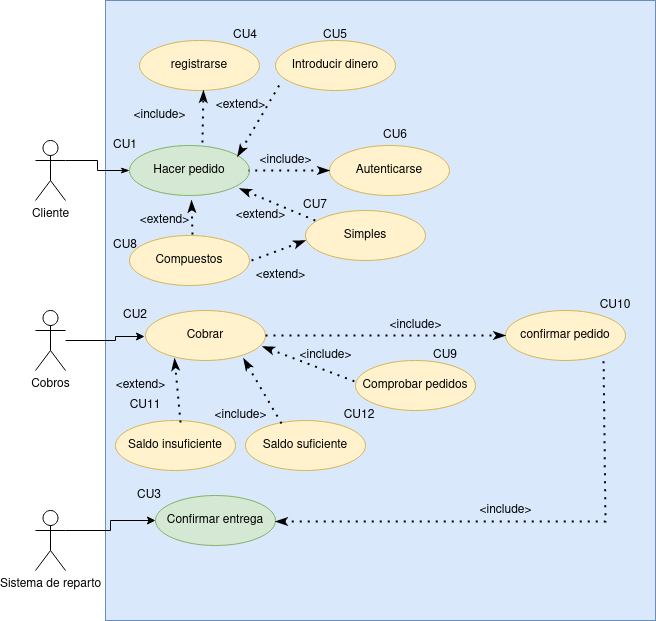
The draw.io diagram Tarea: Tienda virtual/img/tienda.png in marlonfrz/ETS, before a commit. Source tidied: cells renumbered, new cells last; positions are measured from the earlier drawing's top-left corner, leaving out a move shared by most shapes.
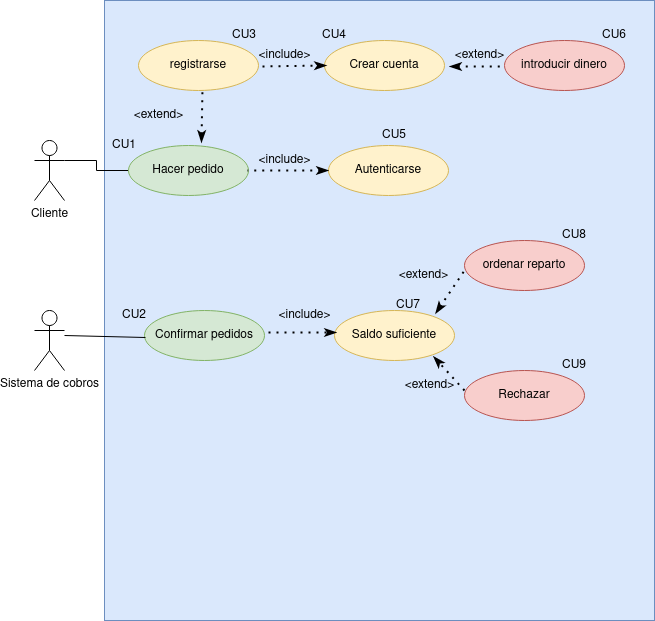
Later version of the same file.

Commit message:
Tarea corregida

Diff of the diagram source:
```diff
@@ -5,7 +5,7 @@
     <mxCell id="2" style="rounded=0;whiteSpace=wrap;html=1;fillColor=#dae8fc;strokeColor=#6c8ebf;" parent="1" vertex="1">
       <mxGeometry x="70" width="550" height="620" as="geometry" />
     </mxCell>
-    <mxCell id="3" style="edgeStyle=orthogonalEdgeStyle;rounded=0;jettySize=auto;html=1;exitX=1;exitY=0.3333333333333333;exitDx=0;exitDy=0;exitPerimeter=0;entryX=0;entryY=0.5;entryDx=0;entryDy=0;startArrow=none;startFill=0;endArrow=classicThin;endFill=1;" parent="1" edge="1" source="4" target="5">
+    <mxCell id="3" style="edgeStyle=orthogonalEdgeStyle;rounded=0;jettySize=auto;html=1;exitX=1;exitY=0.3333333333333333;exitDx=0;exitDy=0;exitPerimeter=0;entryX=0;entryY=0.5;entryDx=0;entryDy=0;startArrow=none;startFill=0;endArrow=none;endFill=0;" parent="1" edge="1" source="4" target="5">
       <mxGeometry relative="1" as="geometry" />
     </mxCell>
     <mxCell id="4" value="Cliente" style="shape=umlActor;verticalLabelPosition=bottom;verticalAlign=top;html=1;outlineConnect=0;" parent="1" vertex="1">
@@ -14,161 +14,108 @@
     <mxCell id="5" value="Hacer pedido" style="ellipse;whiteSpace=wrap;html=1;fillColor=#d5e8d4;strokeColor=#82b366;" parent="1" vertex="1">
       <mxGeometry x="94" y="145" width="120" height="50" as="geometry" />
     </mxCell>
-    <mxCell id="6" value="confirmar pedido" style="ellipse;whiteSpace=wrap;html=1;fillColor=#fff2cc;strokeColor=#d6b656;" parent="1" vertex="1">
-      <mxGeometry x="470" y="310" width="120" height="50" as="geometry" />
+    <mxCell id="6" value="Rechazar" style="ellipse;whiteSpace=wrap;html=1;fillColor=#f8cecc;strokeColor=#b85450;" parent="1" vertex="1">
+      <mxGeometry x="430" y="370" width="120" height="50" as="geometry" />
     </mxCell>
-    <mxCell id="7" value="Cobrar" style="ellipse;whiteSpace=wrap;html=1;fillColor=#fff2cc;strokeColor=#d6b656;" parent="1" vertex="1">
+    <mxCell id="7" value="Confirmar pedidos" style="ellipse;whiteSpace=wrap;html=1;fillColor=#d5e8d4;strokeColor=#82b366;" parent="1" vertex="1">
       <mxGeometry x="110" y="310" width="120" height="50" as="geometry" />
     </mxCell>
-    <mxCell id="8" value="Comprobar pedidos" style="ellipse;whiteSpace=wrap;html=1;fillColor=#fff2cc;strokeColor=#d6b656;" parent="1" vertex="1">
-      <mxGeometry x="320" y="360" width="120" height="50" as="geometry" />
+    <mxCell id="8" value="Saldo suficiente" style="ellipse;whiteSpace=wrap;html=1;fillColor=#fff2cc;strokeColor=#d6b656;" parent="1" vertex="1">
+      <mxGeometry x="300" y="310" width="120" height="50" as="geometry" />
     </mxCell>
     <mxCell id="9" value="registrarse" style="ellipse;whiteSpace=wrap;html=1;fillColor=#fff2cc;strokeColor=#d6b656;" parent="1" vertex="1">
       <mxGeometry x="104" y="40" width="120" height="50" as="geometry" />
     </mxCell>
-    <mxCell id="10" value="Introducir dinero" style="ellipse;whiteSpace=wrap;html=1;fillColor=#fff2cc;strokeColor=#d6b656;" parent="1" vertex="1">
-      <mxGeometry x="240" y="40" width="120" height="50" as="geometry" />
+    <mxCell id="10" value="Crear cuenta" style="ellipse;whiteSpace=wrap;html=1;fillColor=#fff2cc;strokeColor=#d6b656;" parent="1" vertex="1">
+      <mxGeometry x="290" y="40" width="120" height="50" as="geometry" />
     </mxCell>
     <mxCell id="11" value="Autenticarse" style="ellipse;whiteSpace=wrap;html=1;fillColor=#fff2cc;strokeColor=#d6b656;" parent="1" vertex="1">
       <mxGeometry x="294" y="145" width="120" height="50" as="geometry" />
     </mxCell>
-    <mxCell id="12" style="edgeStyle=orthogonalEdgeStyle;rounded=0;jettySize=auto;html=1;startArrow=none;startFill=0;entryX=-0.008;entryY=0.52;entryDx=0;entryDy=0;entryPerimeter=0;" parent="1" edge="1" source="13" target="7">
-      <mxGeometry relative="1" as="geometry">
-        <Array as="points">
-          <mxPoint x="80" y="340" />
-          <mxPoint x="80" y="336" />
-        </Array>
-      </mxGeometry>
-    </mxCell>
-    <mxCell id="13" value="Cobros" style="shape=umlActor;verticalLabelPosition=bottom;verticalAlign=top;html=1;outlineConnect=0;" parent="1" vertex="1">
+    <mxCell id="13" value="Sistema de cobros" style="shape=umlActor;verticalLabelPosition=bottom;verticalAlign=top;html=1;outlineConnect=0;" parent="1" vertex="1">
       <mxGeometry y="310" width="30" height="60" as="geometry" />
     </mxCell>
-    <mxCell id="14" style="endArrow=classicThin;dashed=1;html=1;dashPattern=1 3;strokeWidth=2;rounded=0;exitX=1;exitY=0.5;exitDx=0;exitDy=0;entryX=0;entryY=0.5;entryDx=0;entryDy=0;endFill=1;" parent="1" edge="1" source="7" target="6">
-      <mxGeometry relative="1" as="geometry" />
-    </mxCell>
-    <mxCell id="15" value="&amp;lt;include&amp;gt;" style="text;html=1;align=center;verticalAlign=middle;strokeColor=none;fillColor=none;" parent="1" vertex="1">
-      <mxGeometry x="84" y="100" width="80" height="30" as="geometry" />
+    <mxCell id="15" value="&amp;lt;extend&amp;gt;" style="text;html=1;align=center;verticalAlign=middle;strokeColor=none;fillColor=none;" parent="1" vertex="1">
+      <mxGeometry x="89" y="100" width="70" height="30" as="geometry" />
     </mxCell>
     <mxCell id="16" value="&amp;lt;include&amp;gt;" style="text;html=1;align=center;verticalAlign=middle;strokeColor=none;fillColor=none;" parent="1" vertex="1">
       <mxGeometry x="210" y="145" width="80" height="30" as="geometry" />
     </mxCell>
-    <mxCell id="17" value="&amp;lt;extend&amp;gt;" style="text;html=1;align=center;verticalAlign=middle;strokeColor=none;fillColor=none;" parent="1" vertex="1">
-      <mxGeometry x="170" y="90" width="70" height="30" as="geometry" />
-    </mxCell>
-    <mxCell id="18" style="edgeStyle=orthogonalEdgeStyle;rounded=0;jettySize=auto;html=1;exitX=1;exitY=0.3333333333333333;exitDx=0;exitDy=0;exitPerimeter=0;entryX=0;entryY=0.5;entryDx=0;entryDy=0;" parent="1" edge="1" source="19" target="20">
-      <mxGeometry relative="1" as="geometry" />
-    </mxCell>
-    <mxCell id="19" value="Sistema de reparto" style="shape=umlActor;verticalLabelPosition=bottom;verticalAlign=top;html=1;outlineConnect=0;" parent="1" vertex="1">
-      <mxGeometry y="510" width="30" height="60" as="geometry" />
-    </mxCell>
-    <mxCell id="20" value="Confirmar entrega" style="ellipse;whiteSpace=wrap;html=1;fillColor=#d5e8d4;strokeColor=#82b366;" parent="1" vertex="1">
-      <mxGeometry x="120" y="495" width="120" height="50" as="geometry" />
-    </mxCell>
     <mxCell id="21" value="&amp;lt;include&amp;gt;" style="text;html=1;align=center;verticalAlign=middle;strokeColor=none;fillColor=none;" parent="1" vertex="1">
-      <mxGeometry x="250" y="340" width="80" height="30" as="geometry" />
+      <mxGeometry x="230" y="300" width="80" height="30" as="geometry" />
     </mxCell>
     <mxCell id="22" value="&amp;lt;include&amp;gt;" style="text;html=1;align=center;verticalAlign=middle;strokeColor=none;fillColor=none;" parent="1" vertex="1">
-      <mxGeometry x="340" y="310" width="80" height="30" as="geometry" />
+      <mxGeometry x="210" y="40" width="80" height="30" as="geometry" />
     </mxCell>
-    <mxCell id="23" style="endArrow=classicThin;dashed=1;html=1;dashPattern=1 3;strokeWidth=2;rounded=0;entryX=0.533;entryY=1;entryDx=0;entryDy=0;exitX=0.608;exitY=-0.06;exitDx=0;exitDy=0;startArrow=none;startFill=0;endFill=1;exitPerimeter=0;entryPerimeter=0;" parent="1" edge="1" source="5" target="9">
+    <mxCell id="23" style="endArrow=none;dashed=1;html=1;dashPattern=1 3;strokeWidth=2;rounded=0;entryX=0.533;entryY=1;entryDx=0;entryDy=0;exitX=0.608;exitY=-0.06;exitDx=0;exitDy=0;startArrow=classicThin;startFill=1;endFill=0;exitPerimeter=0;entryPerimeter=0;" parent="1" edge="1" source="5" target="9">
       <mxGeometry relative="1" as="geometry" />
     </mxCell>
     <mxCell id="24" style="endArrow=none;dashed=1;html=1;dashPattern=1 3;strokeWidth=2;rounded=0;entryX=0.992;entryY=0.5;entryDx=0;entryDy=0;exitX=0;exitY=0.5;exitDx=0;exitDy=0;endFill=0;startArrow=classicThin;startFill=1;entryPerimeter=0;" parent="1" edge="1" source="11" target="5">
       <mxGeometry relative="1" as="geometry" />
     </mxCell>
-    <mxCell id="25" style="endArrow=none;dashed=1;html=1;dashPattern=1 3;strokeWidth=2;rounded=0;entryX=0.05;entryY=0.82;entryDx=0;entryDy=0;exitX=0.9;exitY=0.22;exitDx=0;exitDy=0;endFill=0;startArrow=classicThin;startFill=1;exitPerimeter=0;entryPerimeter=0;" parent="1" edge="1" source="5" target="10">
-      <mxGeometry relative="1" as="geometry" />
-    </mxCell>
-    <mxCell id="26" value="CU8" style="text;html=1;strokeColor=none;fillColor=none;align=center;verticalAlign=middle;whiteSpace=wrap;rounded=0;" parent="1" vertex="1">
-      <mxGeometry x="60" y="230" width="60" height="30" as="geometry" />
-    </mxCell>
-    <mxCell id="27" value="CU7" style="text;html=1;strokeColor=none;fillColor=none;align=center;verticalAlign=middle;whiteSpace=wrap;rounded=0;" parent="1" vertex="1">
-      <mxGeometry x="250" y="190" width="60" height="30" as="geometry" />
-    </mxCell>
-    <mxCell id="28" value="CU6" style="text;html=1;strokeColor=none;fillColor=none;align=center;verticalAlign=middle;whiteSpace=wrap;rounded=0;" parent="1" vertex="1">
+    <mxCell id="28" value="CU5" style="text;html=1;strokeColor=none;fillColor=none;align=center;verticalAlign=middle;whiteSpace=wrap;rounded=0;" parent="1" vertex="1">
       <mxGeometry x="330" y="120" width="60" height="30" as="geometry" />
     </mxCell>
-    <mxCell id="29" value="CU5" style="text;html=1;strokeColor=none;fillColor=none;align=center;verticalAlign=middle;whiteSpace=wrap;rounded=0;" parent="1" vertex="1">
+    <mxCell id="29" value="CU4" style="text;html=1;strokeColor=none;fillColor=none;align=center;verticalAlign=middle;whiteSpace=wrap;rounded=0;" parent="1" vertex="1">
       <mxGeometry x="270" y="20" width="60" height="30" as="geometry" />
     </mxCell>
-    <mxCell id="30" value="CU4" style="text;html=1;strokeColor=none;fillColor=none;align=center;verticalAlign=middle;whiteSpace=wrap;rounded=0;" parent="1" vertex="1">
+    <mxCell id="30" value="CU3" style="text;html=1;strokeColor=none;fillColor=none;align=center;verticalAlign=middle;whiteSpace=wrap;rounded=0;" parent="1" vertex="1">
       <mxGeometry x="180" y="20" width="60" height="30" as="geometry" />
     </mxCell>
-    <mxCell id="31" value="CU3" style="text;html=1;strokeColor=none;fillColor=none;align=center;verticalAlign=middle;whiteSpace=wrap;rounded=0;" parent="1" vertex="1">
-      <mxGeometry x="84" y="480" width="60" height="30" as="geometry" />
-    </mxCell>
     <mxCell id="32" value="CU2" style="text;html=1;strokeColor=none;fillColor=none;align=center;verticalAlign=middle;whiteSpace=wrap;rounded=0;" parent="1" vertex="1">
       <mxGeometry x="70" y="300" width="60" height="30" as="geometry" />
     </mxCell>
     <mxCell id="33" value="CU1" style="text;html=1;strokeColor=none;fillColor=none;align=center;verticalAlign=middle;whiteSpace=wrap;rounded=0;" parent="1" vertex="1">
       <mxGeometry x="60" y="130" width="60" height="30" as="geometry" />
     </mxCell>
-    <mxCell id="34" value="Simples" style="ellipse;whiteSpace=wrap;html=1;fillColor=#fff2cc;strokeColor=#d6b656;" parent="1" vertex="1">
-      <mxGeometry x="270" y="210" width="120" height="50" as="geometry" />
-    </mxCell>
-    <mxCell id="35" value="Compuestos" style="ellipse;whiteSpace=wrap;html=1;fillColor=#fff2cc;strokeColor=#d6b656;" parent="1" vertex="1">
-      <mxGeometry x="94" y="235" width="120" height="50" as="geometry" />
-    </mxCell>
-    <mxCell id="36" style="endArrow=none;dashed=1;html=1;dashPattern=1 3;strokeWidth=2;rounded=0;entryX=0.1;entryY=0.22;entryDx=0;entryDy=0;entryPerimeter=0;exitX=0.917;exitY=0.86;exitDx=0;exitDy=0;exitPerimeter=0;startArrow=classicThin;startFill=1;" parent="1" edge="1" source="5" target="34">
-      <mxGeometry relative="1" as="geometry" />
-    </mxCell>
-    <mxCell id="37" style="endArrow=classicThin;dashed=1;html=1;dashPattern=1 3;strokeWidth=2;rounded=0;entryX=0.517;entryY=1.1;entryDx=0;entryDy=0;entryPerimeter=0;exitX=0.525;exitY=-0.02;exitDx=0;exitDy=0;exitPerimeter=0;startArrow=none;startFill=0;endFill=1;" parent="1" edge="1" source="35" target="5">
-      <mxGeometry relative="1" as="geometry" />
-    </mxCell>
-    <mxCell id="38" value="&amp;lt;extend&amp;gt;" style="text;html=1;align=center;verticalAlign=middle;strokeColor=none;fillColor=none;" parent="1" vertex="1">
-      <mxGeometry x="94" y="205" width="70" height="30" as="geometry" />
-    </mxCell>
-    <mxCell id="39" value="&amp;lt;extend&amp;gt;" style="text;html=1;align=center;verticalAlign=middle;strokeColor=none;fillColor=none;" parent="1" vertex="1">
-      <mxGeometry x="190" y="200" width="70" height="30" as="geometry" />
-    </mxCell>
     <mxCell id="40" value="CU9" style="text;html=1;strokeColor=none;fillColor=none;align=center;verticalAlign=middle;whiteSpace=wrap;rounded=0;" parent="1" vertex="1">
-      <mxGeometry x="380" y="340" width="60" height="30" as="geometry" />
+      <mxGeometry x="510" y="350" width="60" height="30" as="geometry" />
     </mxCell>
-    <mxCell id="41" value="CU10" style="text;html=1;strokeColor=none;fillColor=none;align=center;verticalAlign=middle;whiteSpace=wrap;rounded=0;" parent="1" vertex="1">
-      <mxGeometry x="550" y="290" width="60" height="30" as="geometry" />
+    <mxCell id="41" value="CU6" style="text;html=1;strokeColor=none;fillColor=none;align=center;verticalAlign=middle;whiteSpace=wrap;rounded=0;" parent="1" vertex="1">
+      <mxGeometry x="550" y="20" width="60" height="30" as="geometry" />
     </mxCell>
-    <mxCell id="42" value="Saldo insuficiente" style="ellipse;whiteSpace=wrap;html=1;fillColor=#fff2cc;strokeColor=#d6b656;" parent="1" vertex="1">
-      <mxGeometry x="80" y="420" width="120" height="50" as="geometry" />
-    </mxCell>
-    <mxCell id="43" value="Saldo suficiente" style="ellipse;whiteSpace=wrap;html=1;fillColor=#fff2cc;strokeColor=#d6b656;" parent="1" vertex="1">
-      <mxGeometry x="210" y="420" width="120" height="50" as="geometry" />
+    <mxCell id="43" value="ordenar reparto" style="ellipse;whiteSpace=wrap;html=1;fillColor=#f8cecc;strokeColor=#b85450;" parent="1" vertex="1">
+      <mxGeometry x="430" y="240" width="120" height="50" as="geometry" />
     </mxCell>
-    <mxCell id="44" style="endArrow=classicThin;dashed=1;html=1;dashPattern=1 3;strokeWidth=2;rounded=0;entryX=0;entryY=0.6;entryDx=0;entryDy=0;entryPerimeter=0;exitX=1.017;exitY=0.5;exitDx=0;exitDy=0;exitPerimeter=0;endFill=1;" parent="1" edge="1" source="35" target="34">
-      <mxGeometry relative="1" as="geometry" />
-    </mxCell>
-    <mxCell id="45" value="&amp;lt;extend&amp;gt;" style="text;html=1;align=center;verticalAlign=middle;strokeColor=none;fillColor=none;" parent="1" vertex="1">
-      <mxGeometry x="210" y="260" width="70" height="30" as="geometry" />
-    </mxCell>
-    <mxCell id="46" style="endArrow=classicThin;dashed=1;html=1;dashPattern=1 3;strokeWidth=2;rounded=0;exitX=0.542;exitY=0.04;exitDx=0;exitDy=0;exitPerimeter=0;entryX=0.242;entryY=0.96;entryDx=0;entryDy=0;entryPerimeter=0;endFill=1;" parent="1" edge="1" source="42" target="7">
-      <mxGeometry relative="1" as="geometry" />
-    </mxCell>
-    <mxCell id="47" style="endArrow=classicThin;dashed=1;html=1;dashPattern=1 3;strokeWidth=2;rounded=0;exitX=0.3;exitY=0.06;exitDx=0;exitDy=0;exitPerimeter=0;entryX=0.817;entryY=0.96;entryDx=0;entryDy=0;entryPerimeter=0;endFill=1;" parent="1" edge="1" source="43" target="7">
-      <mxGeometry relative="1" as="geometry" />
-    </mxCell>
-    <mxCell id="48" value="&amp;lt;include&amp;gt;" style="text;html=1;align=center;verticalAlign=middle;strokeColor=none;fillColor=none;" parent="1" vertex="1">
-      <mxGeometry x="165" y="400" width="80" height="30" as="geometry" />
-    </mxCell>
-    <mxCell id="49" value="&amp;lt;extend&amp;gt;" style="text;html=1;align=center;verticalAlign=middle;strokeColor=none;fillColor=none;" parent="1" vertex="1">
-      <mxGeometry x="70" y="370" width="70" height="30" as="geometry" />
-    </mxCell>
-    <mxCell id="50" value="CU12" style="text;html=1;strokeColor=none;fillColor=none;align=center;verticalAlign=middle;whiteSpace=wrap;rounded=0;" parent="1" vertex="1">
-      <mxGeometry x="294" y="400" width="60" height="30" as="geometry" />
+    <mxCell id="50" value="CU8" style="text;html=1;strokeColor=none;fillColor=none;align=center;verticalAlign=middle;whiteSpace=wrap;rounded=0;" parent="1" vertex="1">
+      <mxGeometry x="510" y="220" width="60" height="30" as="geometry" />
     </mxCell>
-    <mxCell id="51" value="CU11" style="text;html=1;strokeColor=none;fillColor=none;align=center;verticalAlign=middle;whiteSpace=wrap;rounded=0;" parent="1" vertex="1">
-      <mxGeometry x="80" y="390" width="60" height="30" as="geometry" />
-    </mxCell>
-    <mxCell id="52" style="endArrow=none;dashed=1;html=1;dashPattern=1 3;strokeWidth=2;rounded=0;exitX=1;exitY=0.52;exitDx=0;exitDy=0;exitPerimeter=0;entryX=0.817;entryY=0.96;entryDx=0;entryDy=0;entryPerimeter=0;startArrow=classicThin;startFill=1;" parent="1" edge="1" source="20" target="6">
-      <mxGeometry relative="1" as="geometry">
-        <Array as="points">
-          <mxPoint x="570" y="521" />
-        </Array>
-      </mxGeometry>
-    </mxCell>
-    <mxCell id="53" value="&amp;lt;include&amp;gt;" style="text;html=1;align=center;verticalAlign=middle;strokeColor=none;fillColor=none;" parent="1" vertex="1">
-      <mxGeometry x="430" y="495" width="80" height="30" as="geometry" />
-    </mxCell>
-    <mxCell id="54" style="endArrow=none;dashed=1;html=1;dashPattern=1 3;strokeWidth=2;rounded=0;exitX=0.975;exitY=0.72;exitDx=0;exitDy=0;exitPerimeter=0;entryX=0.017;entryY=0.44;entryDx=0;entryDy=0;entryPerimeter=0;startArrow=classicThin;startFill=1;" parent="1" edge="1" source="7" target="8">
+    <mxCell id="54" style="endArrow=classicThin;dashed=1;html=1;dashPattern=1 3;strokeWidth=2;rounded=0;exitX=1.033;exitY=0.44;exitDx=0;exitDy=0;exitPerimeter=0;entryX=0.017;entryY=0.44;entryDx=0;entryDy=0;entryPerimeter=0;startArrow=none;startFill=0;endFill=1;" parent="1" edge="1" source="7" target="8">
       <mxGeometry relative="1" as="geometry" />
     </mxCell>
+    <mxCell id="55" style="endArrow=none;html=1;rounded=0;entryX=0.008;entryY=0.54;entryDx=0;entryDy=0;entryPerimeter=0;" parent="1" edge="1" target="7">
+      <mxGeometry relative="1" as="geometry">
+        <mxPoint x="30" y="335" as="sourcePoint" />
+      </mxGeometry>
+    </mxCell>
+    <mxCell id="56" style="endArrow=none;dashed=1;html=1;dashPattern=1 3;strokeWidth=2;rounded=0;exitX=0.842;exitY=0.06;exitDx=0;exitDy=0;exitPerimeter=0;startArrow=classicThin;startFill=1;" parent="1" edge="1" source="8">
+      <mxGeometry relative="1" as="geometry">
+        <mxPoint x="430" y="270" as="targetPoint" />
+      </mxGeometry>
+    </mxCell>
+    <mxCell id="57" style="endArrow=classicThin;dashed=1;html=1;dashPattern=1 3;strokeWidth=2;rounded=0;exitX=0;exitY=0.4;exitDx=0;exitDy=0;exitPerimeter=0;entryX=0.825;entryY=0.92;entryDx=0;entryDy=0;entryPerimeter=0;startArrow=none;startFill=0;endFill=1;" parent="1" edge="1" source="6" target="8">
+      <mxGeometry relative="1" as="geometry" />
+    </mxCell>
+    <mxCell id="58" style="endArrow=classicThin;dashed=1;html=1;dashPattern=1 3;strokeWidth=2;rounded=0;exitX=1.033;exitY=0.52;exitDx=0;exitDy=0;exitPerimeter=0;entryX=0.017;entryY=0.5;entryDx=0;entryDy=0;entryPerimeter=0;endFill=1;" parent="1" edge="1" source="9" target="10">
+      <mxGeometry relative="1" as="geometry" />
+    </mxCell>
+    <mxCell id="59" value="&amp;lt;extend&amp;gt;" style="text;html=1;align=center;verticalAlign=middle;strokeColor=none;fillColor=none;" parent="1" vertex="1">
+      <mxGeometry x="354" y="260" width="70" height="30" as="geometry" />
+    </mxCell>
+    <mxCell id="60" value="&amp;lt;extend&amp;gt;" style="text;html=1;align=center;verticalAlign=middle;strokeColor=none;fillColor=none;" parent="1" vertex="1">
+      <mxGeometry x="360" y="370" width="70" height="30" as="geometry" />
+    </mxCell>
+    <mxCell id="61" value="introducir dinero" style="ellipse;whiteSpace=wrap;html=1;fillColor=#f8cecc;strokeColor=#b85450;" parent="1" vertex="1">
+      <mxGeometry x="470" y="40" width="120" height="50" as="geometry" />
+    </mxCell>
+    <mxCell id="62" style="endArrow=none;dashed=1;html=1;dashPattern=1 3;strokeWidth=2;rounded=0;entryX=-0.008;entryY=0.52;entryDx=0;entryDy=0;entryPerimeter=0;exitX=1.042;exitY=0.52;exitDx=0;exitDy=0;exitPerimeter=0;startArrow=classicThin;startFill=1;" parent="1" edge="1" source="10" target="61">
+      <mxGeometry relative="1" as="geometry" />
+    </mxCell>
+    <mxCell id="27" value="CU7" style="text;html=1;strokeColor=none;fillColor=none;align=center;verticalAlign=middle;whiteSpace=wrap;rounded=0;" parent="1" vertex="1">
+      <mxGeometry x="344" y="290" width="60" height="30" as="geometry" />
+    </mxCell>
+    <mxCell id="63" value="&amp;lt;extend&amp;gt;" style="text;html=1;align=center;verticalAlign=middle;strokeColor=none;fillColor=none;" parent="1" vertex="1">
+      <mxGeometry x="410" y="40" width="70" height="30" as="geometry" />
+    </mxCell>
   </root>
 </mxGraphModel>
```
